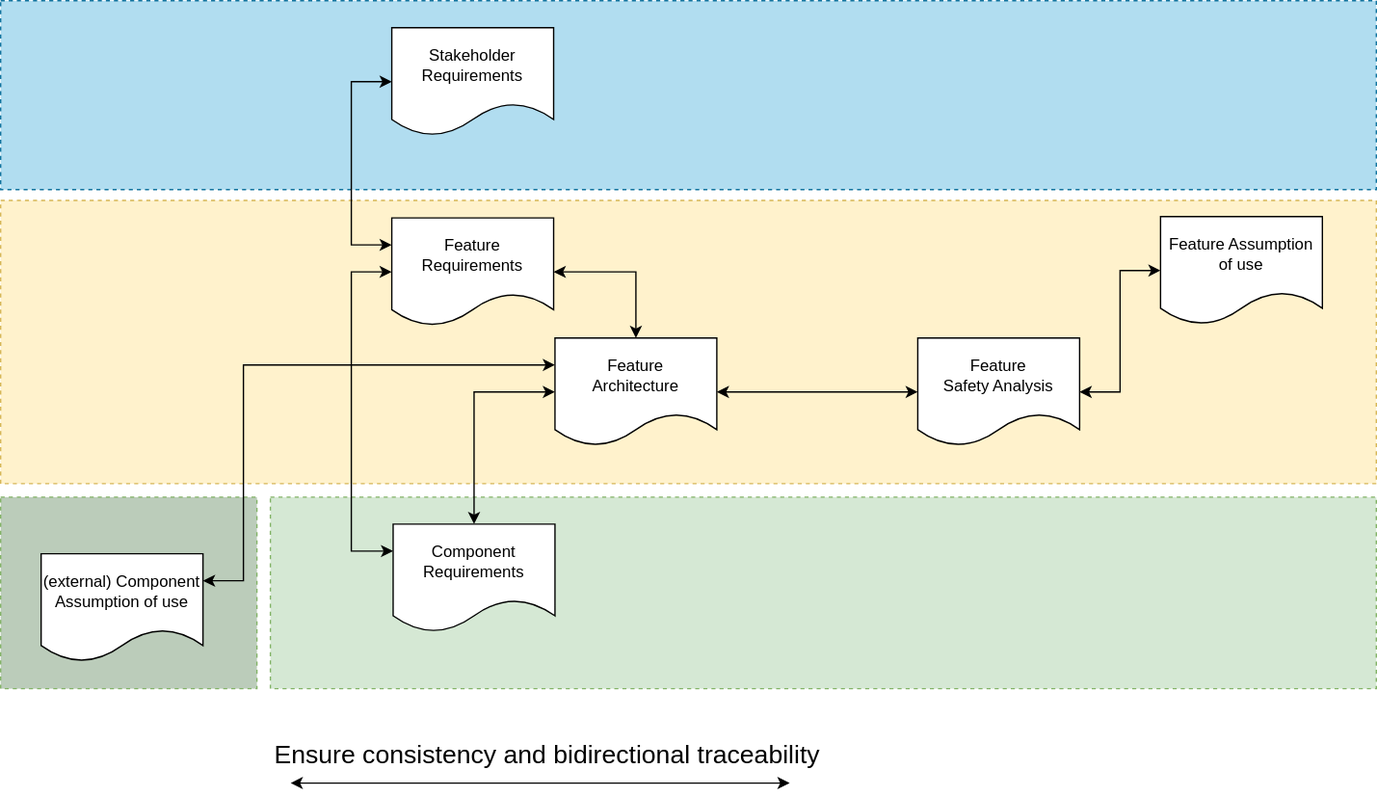
The draw.io diagram masc2023_create_general_concepts/_images/score_traceability_model_feat_overview.svg in umaucher/score, before a commit. Source tidied: cells renumbered, new cells last; positions are measured from the earlier drawing's top-left corner, leaving out a move shared by most shapes.
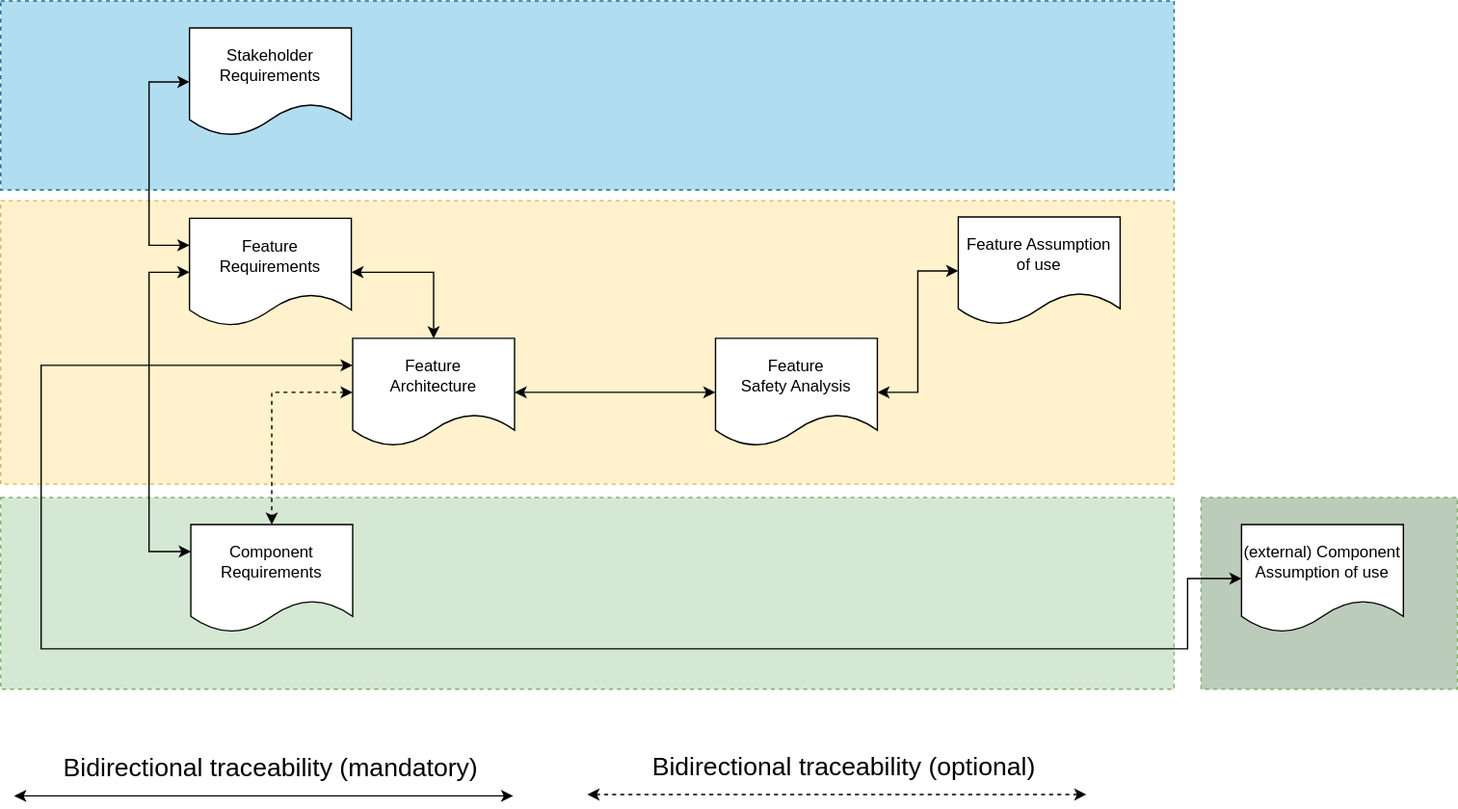
After the commit.

Diff of the diagram source:
```diff
@@ -3,10 +3,10 @@
     <mxCell id="0" />
     <mxCell id="1" parent="0" />
     <mxCell id="2" style="rounded=0;whiteSpace=wrap;html=1;dashed=1;fillColor=#fff2cc;strokeColor=#d6b656;" parent="1" vertex="1">
-      <mxGeometry y="148" width="1020" height="210" as="geometry" />
+      <mxGeometry x="150" y="148" width="870" height="210" as="geometry" />
     </mxCell>
     <mxCell id="3" style="rounded=0;whiteSpace=wrap;html=1;dashed=1;fillColor=#d5e8d4;strokeColor=#82b366;" parent="1" vertex="1">
-      <mxGeometry x="200" y="368" width="820" height="142" as="geometry" />
+      <mxGeometry x="150" y="368" width="870" height="142" as="geometry" />
     </mxCell>
     <mxCell id="4" value="Feature Requirements" style="shape=document;whiteSpace=wrap;html=1;boundedLbl=1;" parent="1" vertex="1">
       <mxGeometry x="290" y="161" width="120" height="80" as="geometry" />
@@ -25,7 +25,7 @@
     <mxCell id="7" style="edgeStyle=orthogonalEdgeStyle;rounded=0;jettySize=auto;html=1;entryX=1;entryY=0.5;entryDx=0;entryDy=0;exitX=0.5;exitY=0;exitDx=0;exitDy=0;startArrow=classic;startFill=1;" parent="1" edge="1" source="10" target="4">
       <mxGeometry relative="1" as="geometry" />
     </mxCell>
-    <mxCell id="8" style="edgeStyle=orthogonalEdgeStyle;rounded=0;jettySize=auto;html=1;entryX=0.5;entryY=0;entryDx=0;entryDy=0;startArrow=classic;startFill=1;exitX=0;exitY=0.5;exitDx=0;exitDy=0;" parent="1" edge="1" source="10" target="6">
+    <mxCell id="8" style="edgeStyle=orthogonalEdgeStyle;rounded=0;jettySize=auto;html=1;entryX=0.5;entryY=0;entryDx=0;entryDy=0;startArrow=classic;startFill=1;exitX=0;exitY=0.5;exitDx=0;exitDy=0;dashed=1;" parent="1" edge="1" source="10" target="6">
       <mxGeometry relative="1" as="geometry" />
     </mxCell>
     <mxCell id="9" style="edgeStyle=orthogonalEdgeStyle;rounded=0;jettySize=auto;html=1;startArrow=classic;startFill=1;" parent="1" edge="1" source="10" target="22">
@@ -38,33 +38,23 @@
       <mxGeometry x="335" y="196" width="20" height="30" as="geometry" />
     </mxCell>
     <mxCell id="12" style="rounded=0;whiteSpace=wrap;html=1;dashed=1;fillColor=#BBCCBA;strokeColor=#82b366;" parent="1" vertex="1">
-      <mxGeometry y="368" width="190" height="142" as="geometry" />
+      <mxGeometry x="1040" y="368" width="190" height="142" as="geometry" />
     </mxCell>
-    <mxCell id="13" style="edgeStyle=orthogonalEdgeStyle;rounded=0;jettySize=auto;html=1;entryX=0;entryY=0.25;entryDx=0;entryDy=0;fontSize=19;startArrow=classic;startFill=1;" parent="1" edge="1" source="14" target="10">
+    <mxCell id="13" style="edgeStyle=orthogonalEdgeStyle;rounded=0;jettySize=auto;html=1;entryX=0;entryY=0.25;entryDx=0;entryDy=0;fontSize=19;startArrow=classic;startFill=1;exitX=0;exitY=0.5;exitDx=0;exitDy=0;" parent="1" edge="1" source="14" target="10">
       <mxGeometry relative="1" as="geometry">
         <Array as="points">
-          <mxPoint x="180" y="430" />
+          <mxPoint x="1030" y="428" />
+          <mxPoint x="1030" y="480" />
+          <mxPoint x="180" y="480" />
           <mxPoint x="180" y="270" />
         </Array>
       </mxGeometry>
     </mxCell>
     <mxCell id="14" value="(external) Component Assumption of use" style="shape=document;whiteSpace=wrap;html=1;boundedLbl=1;" parent="1" vertex="1">
-      <mxGeometry x="30" y="410" width="120" height="80" as="geometry" />
+      <mxGeometry x="1070" y="388" width="120" height="80" as="geometry" />
     </mxCell>
-    <mxCell id="15" style="edgeStyle=orthogonalEdgeStyle;rounded=0;orthogonalLoop=1;jettySize=auto;html=1;startArrow=classic;startFill=1;" parent="1" edge="1">
-      <mxGeometry x="0.38" y="5" relative="1" as="geometry">
-        <mxPoint x="215" y="580" as="sourcePoint" />
-        <mxPoint x="585" y="580" as="targetPoint" />
-        <Array as="points">
-          <mxPoint x="232" y="580" />
-        </Array>
-      </mxGeometry>
-    </mxCell>
-    <mxCell id="16" value="Ensure consistency and bidirectional traceability" style="text;html=1;align=center;verticalAlign=middle;strokeColor=none;fillColor=none;fontSize=19;" parent="1" vertex="1">
-      <mxGeometry x="190" y="540" width="430" height="40" as="geometry" />
-    </mxCell>
     <mxCell id="17" style="rounded=0;whiteSpace=wrap;html=1;dashed=1;fillColor=#b1ddf0;strokeColor=#10739e;" parent="1" vertex="1">
-      <mxGeometry width="1020" height="140" as="geometry" />
+      <mxGeometry x="150" width="870" height="140" as="geometry" />
     </mxCell>
     <mxCell id="18" style="edgeStyle=orthogonalEdgeStyle;rounded=0;jettySize=auto;html=1;entryX=0;entryY=0.25;entryDx=0;entryDy=0;startArrow=classic;startFill=1;exitX=0;exitY=0.5;exitDx=0;exitDy=0;" parent="1" edge="1" source="19" target="4">
       <mxGeometry relative="1" as="geometry">
@@ -86,5 +76,29 @@
     <mxCell id="22" value="Feature&lt;br&gt;Safety Analysis" style="shape=document;whiteSpace=wrap;html=1;boundedLbl=1;" parent="1" vertex="1">
       <mxGeometry x="680" y="250" width="120" height="80" as="geometry" />
     </mxCell>
+    <mxCell id="23" style="edgeStyle=orthogonalEdgeStyle;rounded=0;orthogonalLoop=1;jettySize=auto;html=1;startArrow=classic;startFill=1;" parent="1" edge="1">
+      <mxGeometry x="0.38" y="5" relative="1" as="geometry">
+        <mxPoint x="160" y="589" as="sourcePoint" />
+        <mxPoint x="530" y="589" as="targetPoint" />
+        <Array as="points">
+          <mxPoint x="177" y="589" />
+        </Array>
+      </mxGeometry>
+    </mxCell>
+    <mxCell id="24" value="Bidirectional traceability (mandatory)" style="text;html=1;align=center;verticalAlign=middle;strokeColor=none;fillColor=none;fontSize=19;" parent="1" vertex="1">
+      <mxGeometry x="185" y="549" width="330" height="40" as="geometry" />
+    </mxCell>
+    <mxCell id="25" style="edgeStyle=orthogonalEdgeStyle;rounded=0;orthogonalLoop=1;jettySize=auto;html=1;startArrow=classic;startFill=1;dashed=1;" parent="1" edge="1">
+      <mxGeometry x="0.38" y="5" relative="1" as="geometry">
+        <mxPoint x="585" y="588" as="sourcePoint" />
+        <mxPoint x="955" y="588" as="targetPoint" />
+        <Array as="points">
+          <mxPoint x="602" y="588" />
+        </Array>
+      </mxGeometry>
+    </mxCell>
+    <mxCell id="26" value="Bidirectional traceability (optional)" style="text;html=1;align=center;verticalAlign=middle;strokeColor=none;fillColor=none;fontSize=19;" parent="1" vertex="1">
+      <mxGeometry x="620" y="548" width="310" height="40" as="geometry" />
+    </mxCell>
   </root>
 </mxGraphModel>
```
